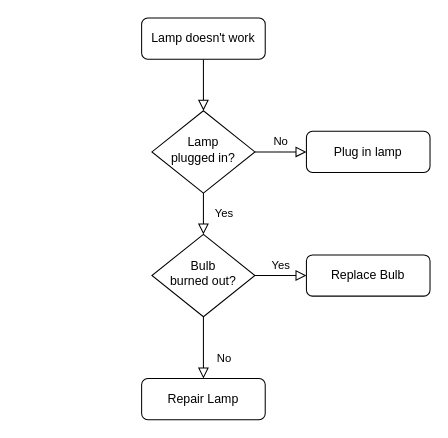
The draw.io diagram Untitled Diagram.drawio in nat-1501/projeto-site, before the edit. Source tidied: cells renumbered, new cells numbered last; positions are measured from the earlier drawing's top-left corner, leaving out a move shared by most shapes. Both pictures are drawn from the tidied source at 103%, with x=0, y=0 at pixel (141, 18).
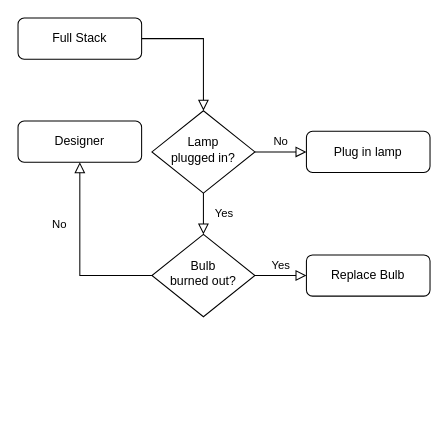
The same page after the edit.

Commit message:
Incluindo Funções

What changed in the source:
```diff
@@
 <mxGraphModel>
   <root>
     <mxCell id="0" />
     <mxCell id="1" parent="0" />
     <mxCell id="2" style="rounded=0;html=1;jettySize=auto;fontSize=11;endArrow=block;endFill=0;endSize=8;strokeWidth=1;shadow=0;labelBackgroundColor=none;edgeStyle=orthogonalEdgeStyle;" parent="1" edge="1" source="3" target="6">
       <mxGeometry relative="1" as="geometry" />
     </mxCell>
-    <mxCell id="3" value="Lamp doesn't work" style="rounded=1;whiteSpace=wrap;html=1;fontSize=12;glass=0;strokeWidth=1;shadow=0;" parent="1" vertex="1">
-      <mxGeometry width="120" height="40" as="geometry" />
+    <mxCell id="3" value="Full Stack" style="rounded=1;whiteSpace=wrap;html=1;fontSize=12;glass=0;strokeWidth=1;shadow=0;" parent="1" vertex="1">
+      <mxGeometry x="-120" width="120" height="40" as="geometry" />
     </mxCell>
     <mxCell id="4" value="Yes" style="rounded=0;html=1;jettySize=auto;fontSize=11;endArrow=block;endFill=0;endSize=8;strokeWidth=1;shadow=0;labelBackgroundColor=none;edgeStyle=orthogonalEdgeStyle;" parent="1" edge="1" source="6" target="10">
       <mxGeometry y="20" relative="1" as="geometry" />
     </mxCell>
     <mxCell id="5" value="No" style="edgeStyle=orthogonalEdgeStyle;rounded=0;html=1;jettySize=auto;fontSize=11;endArrow=block;endFill=0;endSize=8;strokeWidth=1;shadow=0;labelBackgroundColor=none;" parent="1" edge="1" source="6" target="7">
       <mxGeometry y="10" relative="1" as="geometry" />
     </mxCell>
     <mxCell id="6" value="Lamp&lt;br&gt;plugged in?" style="rhombus;whiteSpace=wrap;html=1;shadow=0;fontFamily=Helvetica;fontSize=12;align=center;strokeWidth=1;spacing=6;spacingTop=-4;" parent="1" vertex="1">
       <mxGeometry x="10" y="90" width="100" height="80" as="geometry" />
     </mxCell>
     <mxCell id="7" value="Plug in lamp" style="rounded=1;whiteSpace=wrap;html=1;fontSize=12;glass=0;strokeWidth=1;shadow=0;" parent="1" vertex="1">
       <mxGeometry x="160" y="110" width="120" height="40" as="geometry" />
     </mxCell>
     <mxCell id="8" value="No" style="rounded=0;html=1;jettySize=auto;fontSize=11;endArrow=block;endFill=0;endSize=8;strokeWidth=1;shadow=0;labelBackgroundColor=none;edgeStyle=orthogonalEdgeStyle;" parent="1" edge="1" source="10" target="11">
       <mxGeometry x="0.33" y="20" relative="1" as="geometry" />
     </mxCell>
     <mxCell id="9" value="Yes" style="edgeStyle=orthogonalEdgeStyle;rounded=0;html=1;jettySize=auto;fontSize=11;endArrow=block;endFill=0;endSize=8;strokeWidth=1;shadow=0;labelBackgroundColor=none;" parent="1" edge="1" source="10" target="12">
       <mxGeometry y="10" relative="1" as="geometry" />
     </mxCell>
     <mxCell id="10" value="Bulb&lt;br&gt;burned out?" style="rhombus;whiteSpace=wrap;html=1;shadow=0;fontFamily=Helvetica;fontSize=12;align=center;strokeWidth=1;spacing=6;spacingTop=-4;" parent="1" vertex="1">
       <mxGeometry x="10" y="210" width="100" height="80" as="geometry" />
     </mxCell>
-    <mxCell id="11" value="Repair Lamp" style="rounded=1;whiteSpace=wrap;html=1;fontSize=12;glass=0;strokeWidth=1;shadow=0;" parent="1" vertex="1">
-      <mxGeometry y="350" width="120" height="40" as="geometry" />
+    <mxCell id="11" value="Designer" style="rounded=1;whiteSpace=wrap;html=1;fontSize=12;glass=0;strokeWidth=1;shadow=0;" parent="1" vertex="1">
+      <mxGeometry x="-120" y="100" width="120" height="40" as="geometry" />
     </mxCell>
     <mxCell id="12" value="Replace Bulb" style="rounded=1;whiteSpace=wrap;html=1;fontSize=12;glass=0;strokeWidth=1;shadow=0;" parent="1" vertex="1">
       <mxGeometry x="160" y="230" width="120" height="40" as="geometry" />
     </mxCell>
   </root>
 </mxGraphModel>
```
